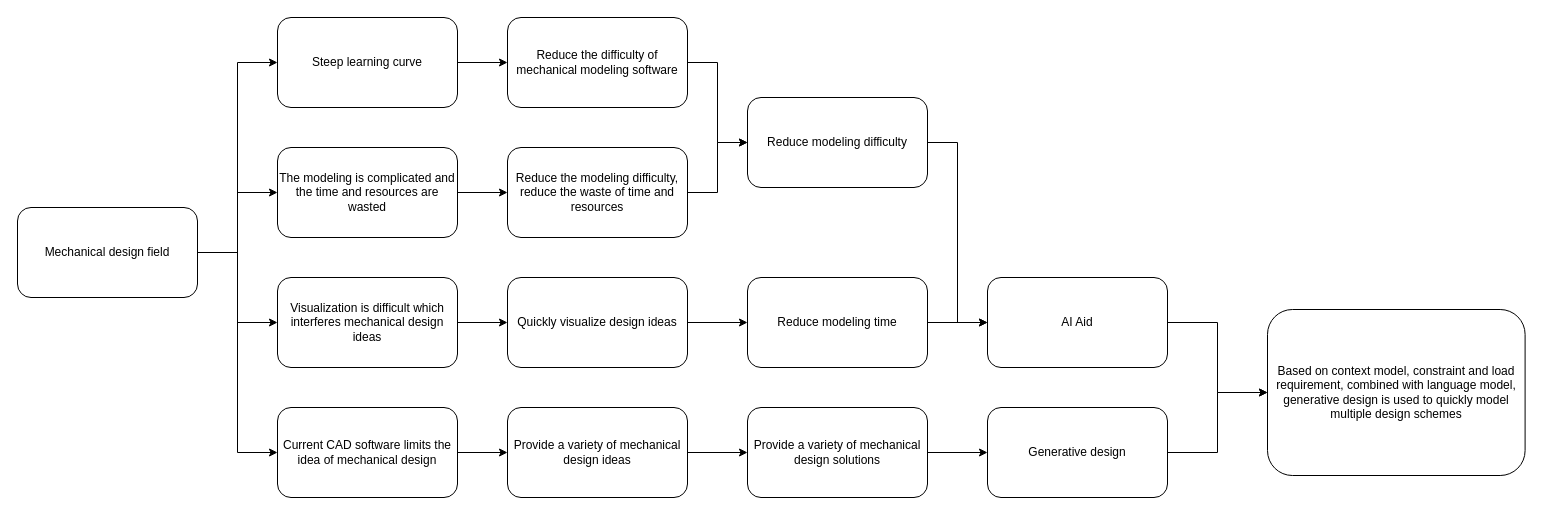
x1528045870/x1528045870 keeps this draw.io diagram as 工程设计需求图.drawio. Above is the earlier version. Source tidied: cells renumbered, new cells numbered last; positions are measured from the earlier drawing's top-left corner, leaving out a move shared by most shapes. Both pictures are drawn from the tidied source at 100%, with x=0, y=0 at pixel (17, 17).
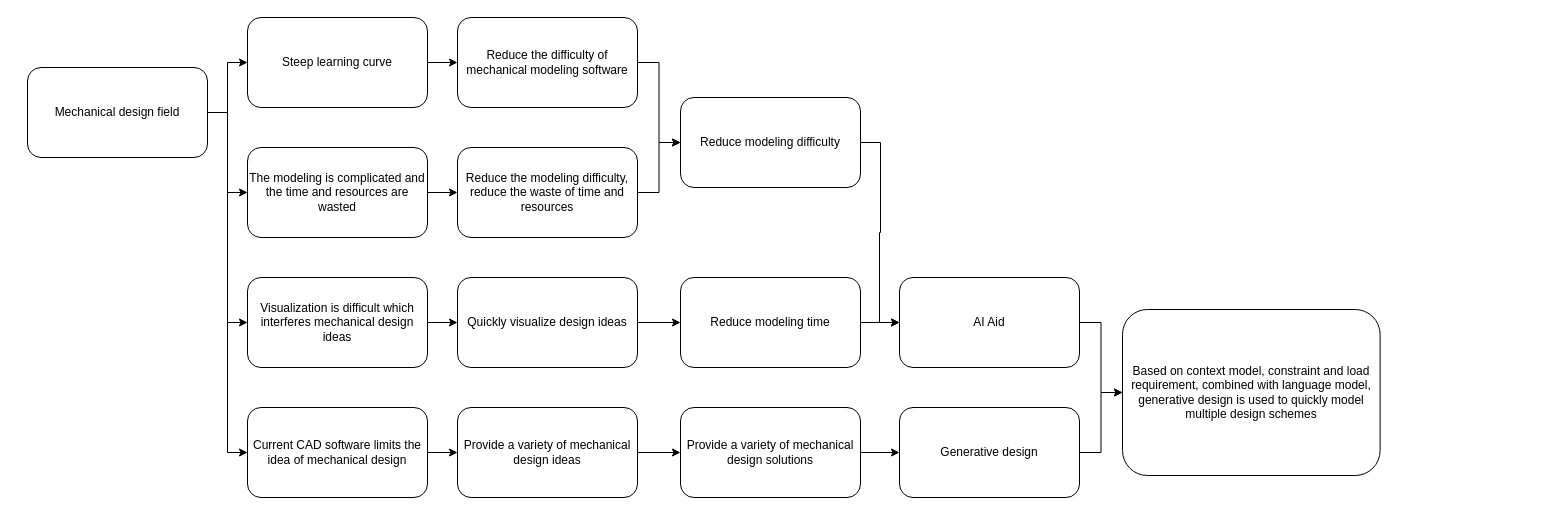
Above is the later version.

Commit message (it also covers changes not shown here):
更新工程设计需求图.drawio

Change to the diagram source:
```diff
@@
-    <mxCell id="5" style="edgeStyle=orthogonalEdgeStyle;rounded=0;jettySize=auto;html=1;" parent="1" edge="1" source="6" target="14">
+    <mxCell id="5" style="edgeStyle=orthogonalEdgeStyle;rounded=0;jettySize=auto;html=1;entryX=0;entryY=0.5;entryDx=0;entryDy=0;" parent="1" edge="1" source="6" target="14">
       <mxGeometry relative="1" as="geometry" />
     </mxCell>
     <mxCell id="6" value="Mechanical design field" style="rounded=1;whiteSpace=wrap;html=1;" parent="1" vertex="1">
-      <mxGeometry y="190" width="180" height="90" as="geometry" />
+      <mxGeometry x="10" y="50" width="180" height="90" as="geometry" />
     </mxCell>
@@
     <mxCell id="8" value="Generative design" style="rounded=1;whiteSpace=wrap;html=1;" parent="1" vertex="1">
-      <mxGeometry x="970" y="390" width="180" height="90" as="geometry" />
+      <mxGeometry x="882" y="390" width="180" height="90" as="geometry" />
     </mxCell>
@@
     <mxCell id="10" value="The modeling is complicated and the time and resources are wasted" style="rounded=1;whiteSpace=wrap;html=1;" parent="1" vertex="1">
-      <mxGeometry x="260" y="130" width="180" height="90" as="geometry" />
+      <mxGeometry x="230" y="130" width="180" height="90" as="geometry" />
     </mxCell>
@@
     <mxCell id="12" value="AI Aid" style="rounded=1;whiteSpace=wrap;html=1;" parent="1" vertex="1">
-      <mxGeometry x="970" y="260" width="180" height="90" as="geometry" />
+      <mxGeometry x="882" y="260" width="180" height="90" as="geometry" />
     </mxCell>
@@
     <mxCell id="14" value="Visualization is difficult which interferes mechanical design ideas" style="rounded=1;whiteSpace=wrap;html=1;" parent="1" vertex="1">
-      <mxGeometry x="260" y="260" width="180" height="90" as="geometry" />
+      <mxGeometry x="230" y="260" width="180" height="90" as="geometry" />
     </mxCell>
@@
     <mxCell id="16" value="Current CAD software limits the idea of mechanical design" style="rounded=1;whiteSpace=wrap;html=1;" parent="1" vertex="1">
-      <mxGeometry x="260" y="390" width="180" height="90" as="geometry" />
+      <mxGeometry x="230" y="390" width="180" height="90" as="geometry" />
     </mxCell>
@@
     <mxCell id="18" value="Steep learning curve" style="rounded=1;whiteSpace=wrap;html=1;" parent="1" vertex="1">
-      <mxGeometry x="260" width="180" height="90" as="geometry" />
+      <mxGeometry x="230" width="180" height="90" as="geometry" />
     </mxCell>
@@
     <mxCell id="20" value="Reduce the modeling difficulty, reduce the waste of time and resources" style="rounded=1;whiteSpace=wrap;html=1;" parent="1" vertex="1">
-      <mxGeometry x="490" y="130" width="180" height="90" as="geometry" />
+      <mxGeometry x="440" y="130" width="180" height="90" as="geometry" />
     </mxCell>
@@
     <mxCell id="22" value="Quickly visualize design ideas" style="rounded=1;whiteSpace=wrap;html=1;" parent="1" vertex="1">
-      <mxGeometry x="490" y="260" width="180" height="90" as="geometry" />
+      <mxGeometry x="440" y="260" width="180" height="90" as="geometry" />
     </mxCell>
@@
     <mxCell id="24" value="Provide a variety of mechanical design ideas" style="rounded=1;whiteSpace=wrap;html=1;" parent="1" vertex="1">
-      <mxGeometry x="490" y="390" width="180" height="90" as="geometry" />
+      <mxGeometry x="440" y="390" width="180" height="90" as="geometry" />
     </mxCell>
@@
     <mxCell id="26" value="Reduce the difficulty of mechanical modeling software" style="rounded=1;whiteSpace=wrap;html=1;" parent="1" vertex="1">
-      <mxGeometry x="490" width="180" height="90" as="geometry" />
+      <mxGeometry x="440" width="180" height="90" as="geometry" />
     </mxCell>
@@
     <mxCell id="28" value="Reduce modeling time" style="rounded=1;whiteSpace=wrap;html=1;" parent="1" vertex="1">
-      <mxGeometry x="730" y="260" width="180" height="90" as="geometry" />
+      <mxGeometry x="663" y="260" width="180" height="90" as="geometry" />
     </mxCell>
@@
     <mxCell id="30" value="Provide a variety of mechanical design solutions" style="rounded=1;whiteSpace=wrap;html=1;" parent="1" vertex="1">
-      <mxGeometry x="730" y="390" width="180" height="90" as="geometry" />
+      <mxGeometry x="663" y="390" width="180" height="90" as="geometry" />
     </mxCell>
@@
     <mxCell id="32" value="Reduce modeling difficulty" style="rounded=1;whiteSpace=wrap;html=1;" parent="1" vertex="1">
-      <mxGeometry x="730" y="80" width="180" height="90" as="geometry" />
+      <mxGeometry x="663" y="80" width="180" height="90" as="geometry" />
     </mxCell>
     <mxCell id="33" value="Based on context model, constraint and load requirement, combined with language model, generative design is used to quickly model multiple design schemes" style="rounded=1;whiteSpace=wrap;html=1;" parent="1" vertex="1">
-      <mxGeometry x="1250" y="292" width="257.6" height="166" as="geometry" />
+      <mxGeometry x="1105" y="292" width="257.6" height="166" as="geometry" />
     </mxCell>
```
